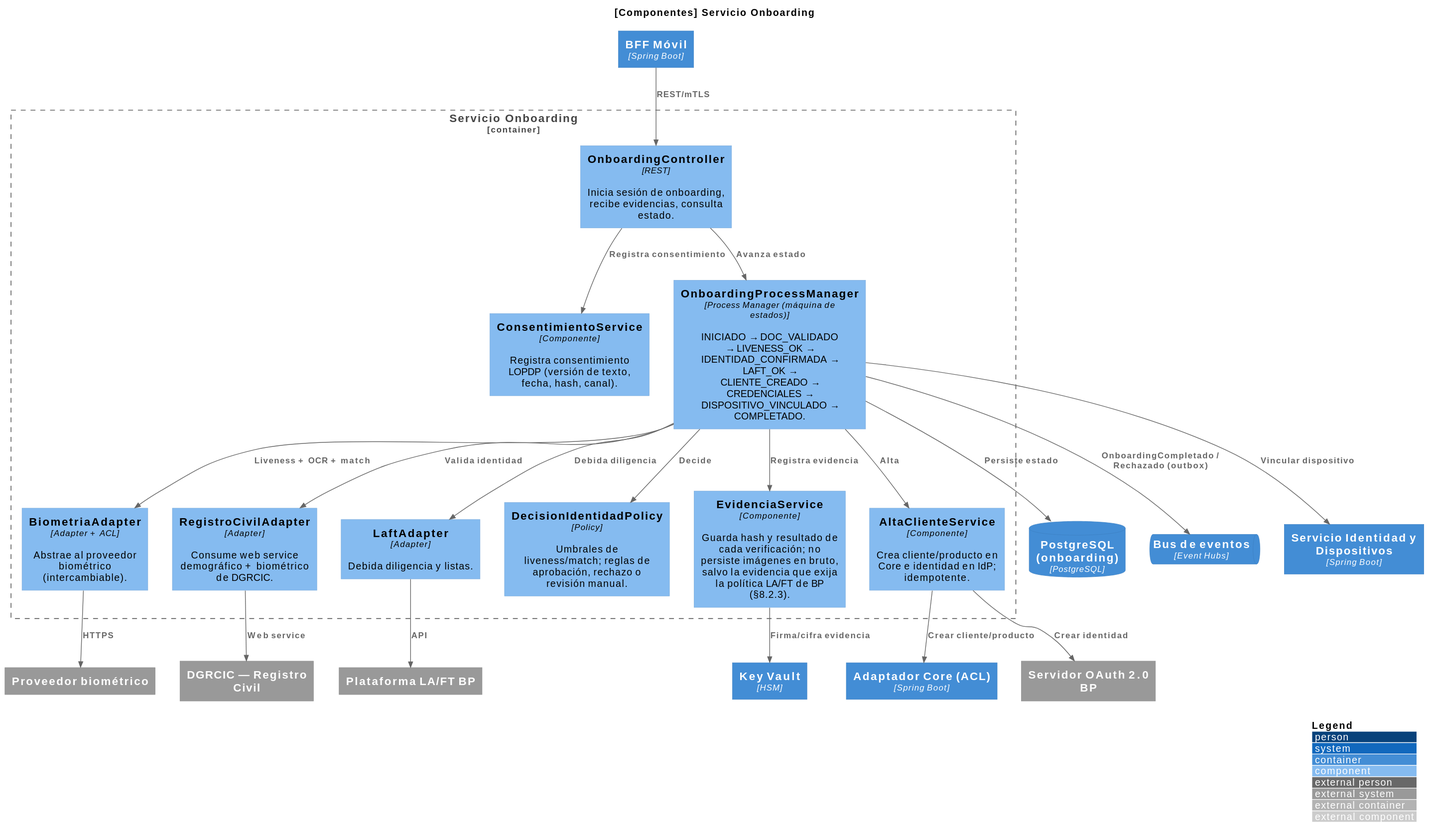
Earlier version of the PlantUML export images/Componentes-Servicio Onboarding.svg (dledesman/banca-por-internet). Its diagram source:
```plantuml
@startuml
!include <C4/C4_Component>
LAYOUT_WITH_LEGEND()
title [Componentes] Servicio Onboarding

Container(bffm, "BFF Móvil", "Spring Boot")
ContainerDb(pg, "PostgreSQL (onboarding)", "PostgreSQL")
ContainerQueue(evh, "Bus de eventos", "Event Hubs")
Container(kv, "Key Vault", "HSM")
Container(sIde, "Servicio Identidad y Dispositivos", "Spring Boot")
Container(aCore, "Adaptador Core (ACL)", "Spring Boot")
System_Ext(bio, "Proveedor biométrico")
System_Ext(rc, "DGRCIC — Registro Civil")
System_Ext(laft, "Plataforma LA/FT BP")
System_Ext(idp, "Servidor OAuth 2.0 BP")

Container_Boundary(onb, "Servicio Onboarding") {
  Component(api, "OnboardingController", "REST", "Inicia sesión de onboarding, recibe evidencias, consulta estado.")
  Component(cons, "ConsentimientoService", "Componente", "Registra consentimiento LOPDP (versión de texto, fecha, hash, canal).")
  Component(proc, "OnboardingProcessManager", "Process Manager (máquina de estados)", "INICIADO → DOC_VALIDADO → LIVENESS_OK → IDENTIDAD_CONFIRMADA → LAFT_OK → CLIENTE_CREADO → CREDENCIALES → DISPOSITIVO_VINCULADO → COMPLETADO.")
  Component(bioA, "BiometriaAdapter", "Adapter + ACL", "Abstrae al proveedor biométrico (intercambiable).")
  Component(rcA, "RegistroCivilAdapter", "Adapter", "Consume web service demográfico + biométrico de DGRCIC.")
  Component(laftA, "LaftAdapter", "Adapter", "Debida diligencia y listas.")
  Component(dec, "DecisionIdentidadPolicy", "Policy", "Umbrales de liveness/match; reglas de aprobación, rechazo o revisión manual.")
  Component(evid, "EvidenciaService", "Componente", "Guarda hash y resultado de cada verificación; no persiste imágenes en bruto, salvo la evidencia que exija la política LA/FT de BP (§8.2.3).")
  Component(alta, "AltaClienteService", "Componente", "Crea cliente/producto en Core e identidad en IdP; idempotente.")
}

Rel(bffm, api, "REST/mTLS")
Rel(api, cons, "Registra consentimiento")
Rel(api, proc, "Avanza estado")
Rel(proc, bioA, "Liveness + OCR + match")
Rel(bioA, bio, "HTTPS")
Rel(proc, rcA, "Valida identidad")
Rel(rcA, rc, "Web service")
Rel(proc, dec, "Decide")
Rel(proc, laftA, "Debida diligencia")
Rel(laftA, laft, "API")
Rel(proc, evid, "Registra evidencia")
Rel(evid, kv, "Firma/cifra evidencia")
Rel(proc, alta, "Alta")
Rel(alta, aCore, "Crear cliente/producto")
Rel(alta, idp, "Crear identidad")
Rel(proc, sIde, "Vincular dispositivo")
Rel(proc, pg, "Persiste estado")
Rel(proc, evh, "OnboardingCompletado / Rechazado (outbox)")
@enduml
```
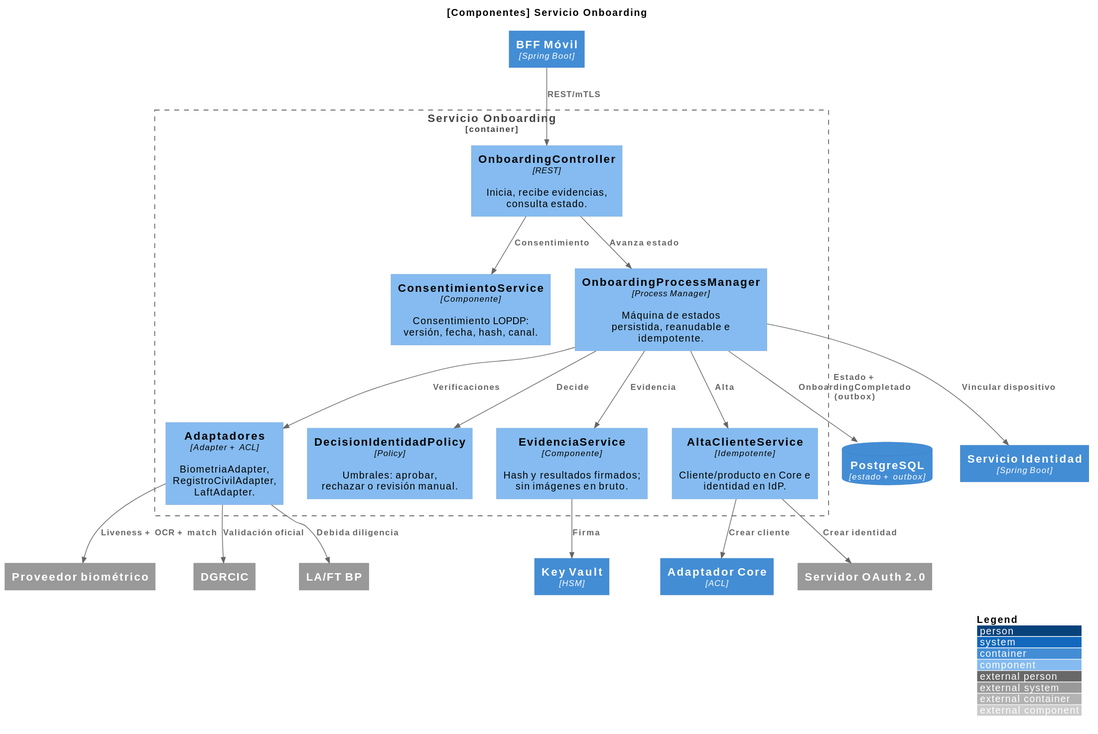
The same diagram one commit later.

The edit, as a diff of the source:
```diff
@@ -4,44 +4,38 @@
 title [Componentes] Servicio Onboarding
 
 Container(bffm, "BFF Móvil", "Spring Boot")
-ContainerDb(pg, "PostgreSQL (onboarding)", "PostgreSQL")
-ContainerQueue(evh, "Bus de eventos", "Event Hubs")
+ContainerDb(pg, "PostgreSQL", "estado + outbox")
 Container(kv, "Key Vault", "HSM")
-Container(sIde, "Servicio Identidad y Dispositivos", "Spring Boot")
-Container(aCore, "Adaptador Core (ACL)", "Spring Boot")
+Container(sIde, "Servicio Identidad", "Spring Boot")
+Container(aCore, "Adaptador Core", "ACL")
 System_Ext(bio, "Proveedor biométrico")
-System_Ext(rc, "DGRCIC — Registro Civil")
-System_Ext(laft, "Plataforma LA/FT BP")
-System_Ext(idp, "Servidor OAuth 2.0 BP")
+System_Ext(rc, "DGRCIC")
+System_Ext(laft, "LA/FT BP")
+System_Ext(idp, "Servidor OAuth 2.0")
 
 Container_Boundary(onb, "Servicio Onboarding") {
-  Component(api, "OnboardingController", "REST", "Inicia sesión de onboarding, recibe evidencias, consulta estado.")
-  Component(cons, "ConsentimientoService", "Componente", "Registra consentimiento LOPDP (versión de texto, fecha, hash, canal).")
-  Component(proc, "OnboardingProcessManager", "Process Manager (máquina de estados)", "INICIADO → DOC_VALIDADO → LIVENESS_OK → IDENTIDAD_CONFIRMADA → LAFT_OK → CLIENTE_CREADO → CREDENCIALES → DISPOSITIVO_VINCULADO → COMPLETADO.")
-  Component(bioA, "BiometriaAdapter", "Adapter + ACL", "Abstrae al proveedor biométrico (intercambiable).")
-  Component(rcA, "RegistroCivilAdapter", "Adapter", "Consume web service demográfico + biométrico de DGRCIC.")
-  Component(laftA, "LaftAdapter", "Adapter", "Debida diligencia y listas.")
-  Component(dec, "DecisionIdentidadPolicy", "Policy", "Umbrales de liveness/match; reglas de aprobación, rechazo o revisión manual.")
-  Component(evid, "EvidenciaService", "Componente", "Guarda hash y resultado de cada verificación; no persiste imágenes en bruto, salvo la evidencia que exija la política LA/FT de BP (§8.2.3).")
-  Component(alta, "AltaClienteService", "Componente", "Crea cliente/producto en Core e identidad en IdP; idempotente.")
+  Component(api, "OnboardingController", "REST", "Inicia, recibe evidencias, consulta estado.")
+  Component(cons, "ConsentimientoService", "Componente", "Consentimiento LOPDP: versión, fecha, hash, canal.")
+  Component(proc, "OnboardingProcessManager", "Process Manager", "Máquina de estados persistida, reanudable e idempotente.")
+  Component(adp, "Adaptadores", "Adapter + ACL", "BiometriaAdapter, RegistroCivilAdapter, LaftAdapter.")
+  Component(dec, "DecisionIdentidadPolicy", "Policy", "Umbrales: aprobar, rechazar o revisión manual.")
+  Component(evid, "EvidenciaService", "Componente", "Hash y resultados firmados; sin imágenes en bruto.")
+  Component(alta, "AltaClienteService", "Idempotente", "Cliente/producto en Core e identidad en IdP.")
 }
 
 Rel(bffm, api, "REST/mTLS")
-Rel(api, cons, "Registra consentimiento")
+Rel(api, cons, "Consentimiento")
 Rel(api, proc, "Avanza estado")
-Rel(proc, bioA, "Liveness + OCR + match")
-Rel(bioA, bio, "HTTPS")
-Rel(proc, rcA, "Valida identidad")
-Rel(rcA, rc, "Web service")
+Rel(proc, adp, "Verificaciones")
+Rel(adp, bio, "Liveness + OCR + match")
+Rel(adp, rc, "Validación oficial")
+Rel(adp, laft, "Debida diligencia")
 Rel(proc, dec, "Decide")
-Rel(proc, laftA, "Debida diligencia")
-Rel(laftA, laft, "API")
-Rel(proc, evid, "Registra evidencia")
-Rel(evid, kv, "Firma/cifra evidencia")
+Rel(proc, evid, "Evidencia")
+Rel(evid, kv, "Firma")
 Rel(proc, alta, "Alta")
-Rel(alta, aCore, "Crear cliente/producto")
+Rel(alta, aCore, "Crear cliente")
 Rel(alta, idp, "Crear identidad")
 Rel(proc, sIde, "Vincular dispositivo")
-Rel(proc, pg, "Persiste estado")
-Rel(proc, evh, "OnboardingCompletado / Rechazado (outbox)")
+Rel(proc, pg, "Estado + OnboardingCompletado (outbox)")
 @enduml
```
